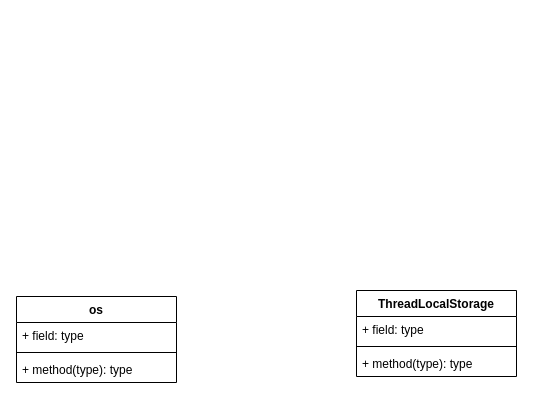
Earlier version of the draw.io diagram page "runtime" (3 of 3) of jdk/hotspot.drawio (tadsimons/draw). Source tidied: cells renumbered, new cells numbered last; positions are measured from the earlier drawing's top-left corner, leaving out a move shared by most shapes. Both pictures are drawn from the tidied source at 100%, with x=0, y=0 at pixel (16, 290).
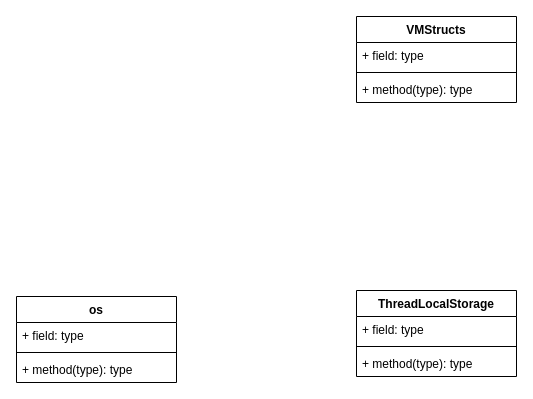
The same diagram, later.

Diff of the diagram source:
```diff
@@
 <mxGraphModel>
   <root>
     <mxCell id="0" />
     <mxCell id="1" parent="0" />
     <mxCell id="2" value="os" style="swimlane;fontStyle=1;align=center;verticalAlign=top;horizontal=1;startSize=26;" parent="1" vertex="1">
       <mxGeometry y="6" width="160" height="86" as="geometry" />
     </mxCell>
     <mxCell id="3" value="+ field: type" style="text;strokeColor=none;fillColor=none;align=left;verticalAlign=top;spacingLeft=4;spacingRight=4;overflow=hidden;" parent="2" vertex="1">
       <mxGeometry y="26" width="160" height="26" as="geometry" />
     </mxCell>
     <mxCell id="4" style="line;strokeWidth=1;fillColor=none;align=left;verticalAlign=middle;spacingTop=-1;spacingLeft=3;spacingRight=3;labelPosition=right;" parent="2" vertex="1">
       <mxGeometry y="52" width="160" height="8" as="geometry" />
     </mxCell>
     <mxCell id="5" value="+ method(type): type" style="text;strokeColor=none;fillColor=none;align=left;verticalAlign=top;spacingLeft=4;spacingRight=4;overflow=hidden;" parent="2" vertex="1">
       <mxGeometry y="60" width="160" height="26" as="geometry" />
     </mxCell>
     <mxCell id="6" value="ThreadLocalStorage" style="swimlane;fontStyle=1;align=center;verticalAlign=top;horizontal=1;startSize=26;" parent="1" vertex="1">
       <mxGeometry x="340" width="160" height="86" as="geometry" />
     </mxCell>
     <mxCell id="7" value="+ field: type" style="text;strokeColor=none;fillColor=none;align=left;verticalAlign=top;spacingLeft=4;spacingRight=4;overflow=hidden;" parent="6" vertex="1">
       <mxGeometry y="26" width="160" height="26" as="geometry" />
     </mxCell>
     <mxCell id="8" style="line;strokeWidth=1;fillColor=none;align=left;verticalAlign=middle;spacingTop=-1;spacingLeft=3;spacingRight=3;labelPosition=right;" parent="6" vertex="1">
       <mxGeometry y="52" width="160" height="8" as="geometry" />
     </mxCell>
     <mxCell id="9" value="+ method(type): type" style="text;strokeColor=none;fillColor=none;align=left;verticalAlign=top;spacingLeft=4;spacingRight=4;overflow=hidden;" parent="6" vertex="1">
       <mxGeometry y="60" width="160" height="26" as="geometry" />
     </mxCell>
+    <mxCell id="10" value="VMStructs" style="swimlane;fontStyle=1;align=center;verticalAlign=top;horizontal=1;startSize=26;" parent="1" vertex="1">
+      <mxGeometry x="340" y="-274" width="160" height="86" as="geometry" />
+    </mxCell>
+    <mxCell id="11" value="+ field: type" style="text;strokeColor=none;fillColor=none;align=left;verticalAlign=top;spacingLeft=4;spacingRight=4;overflow=hidden;" parent="10" vertex="1">
+      <mxGeometry y="26" width="160" height="26" as="geometry" />
+    </mxCell>
+    <mxCell id="12" style="line;strokeWidth=1;fillColor=none;align=left;verticalAlign=middle;spacingTop=-1;spacingLeft=3;spacingRight=3;labelPosition=right;" parent="10" vertex="1">
+      <mxGeometry y="52" width="160" height="8" as="geometry" />
+    </mxCell>
+    <mxCell id="13" value="+ method(type): type" style="text;strokeColor=none;fillColor=none;align=left;verticalAlign=top;spacingLeft=4;spacingRight=4;overflow=hidden;" parent="10" vertex="1">
+      <mxGeometry y="60" width="160" height="26" as="geometry" />
+    </mxCell>
   </root>
 </mxGraphModel>
```
